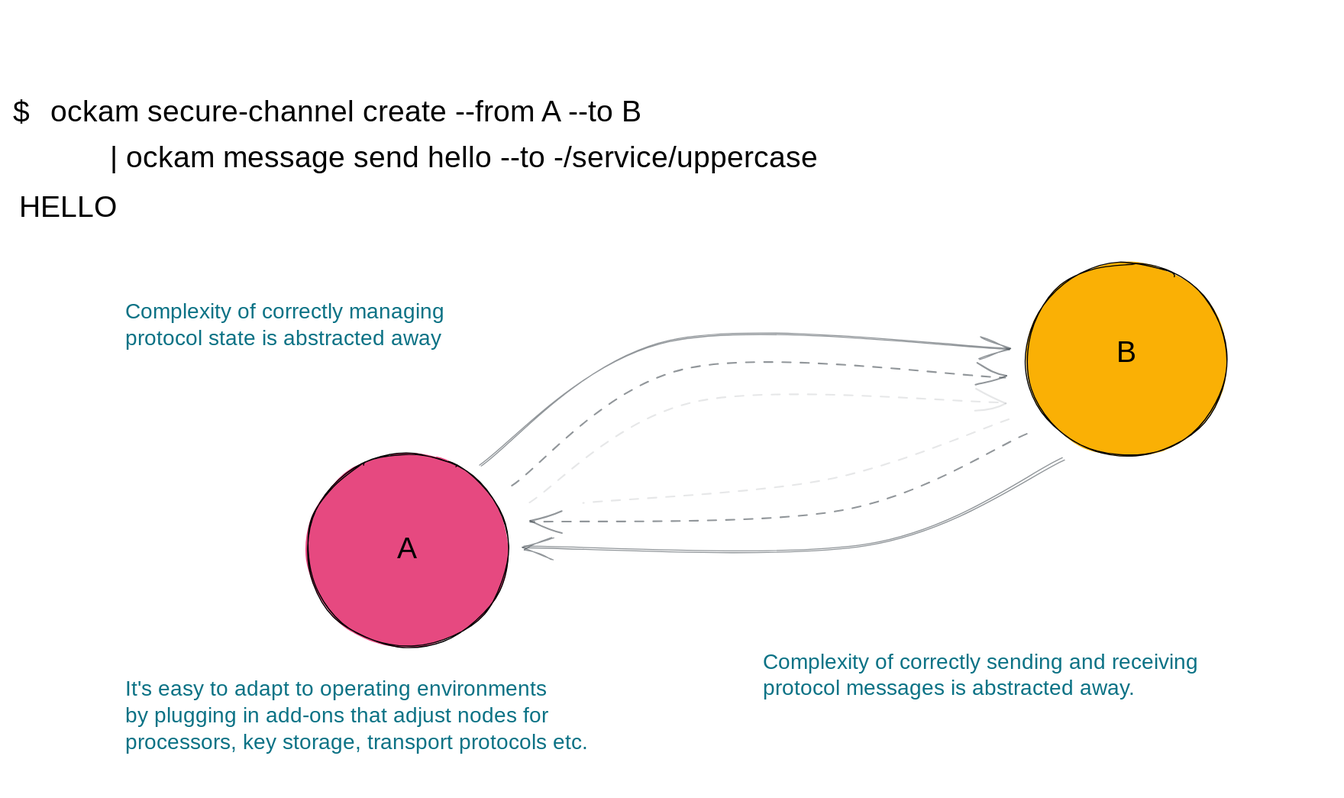
Before: .gitbook/assets/file.excalidraw.svg, a diagram exported from Excalidraw (build-trust/ockam-documentation). Source tidied: one line per element, renumbered; positions are measured from the earlier drawing's top-left corner, leaving out a move shared by most shapes.
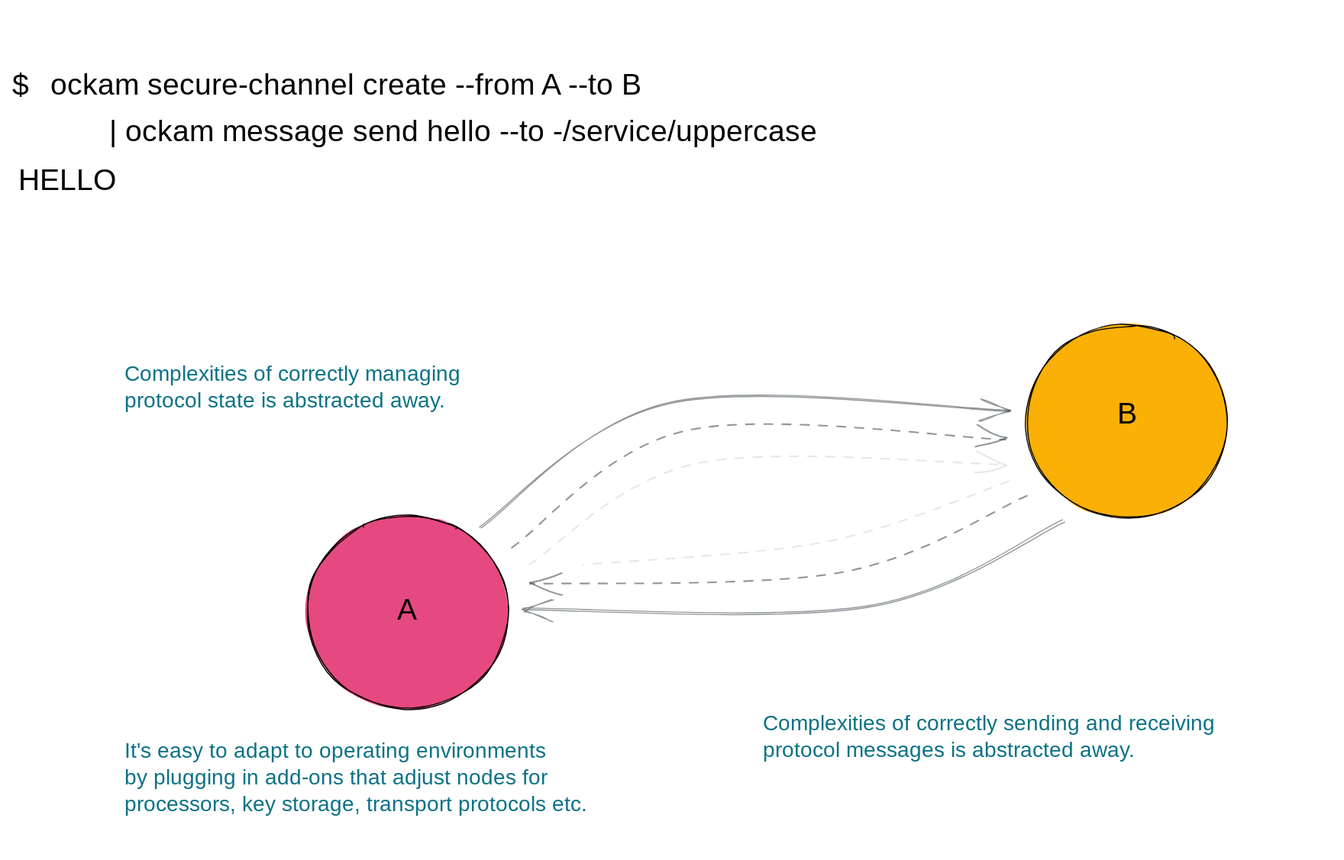
The same file after the commit.

Commit message:
GITBOOK-979: change request with no subject merged in GitBook

What changed in the source:
```diff
@@ -1,18 +1,18 @@
-{"id": 0, "type": "rectangle", "strokeColor": "transparent", "strokeWidth": 1, "roughness": 1, "x": 0, "y": 0, "width": 1237, "height": 727}
+{"id": 0, "type": "rectangle", "strokeColor": "transparent", "strokeWidth": 1, "roughness": 1, "x": 0, "y": -58, "width": 1237, "height": 785}
 {"id": 1, "type": "ellipse", "strokeColor": "#000000", "backgroundColor": "#fab005", "fillStyle": "solid", "strokeWidth": 1, "roughness": 1, "x": 950, "y": 236, "width": 189, "height": 181}
 {"id": 2, "type": "ellipse", "strokeColor": "#000000", "backgroundColor": "#e64980", "fillStyle": "solid", "strokeWidth": 1, "roughness": 1, "x": 277, "y": 414, "width": 189, "height": 181}
-{"id": 3, "type": "text", "text": "$", "strokeColor": "#000000", "strokeWidth": 1, "roughness": 1, "fontSize": 28, "fontFamily": 1, "x": 2, "y": 79, "width": 24, "height": 35}
 {"id": 4, "type": "text", "text": "A", "strokeColor": "#000000", "strokeWidth": 1, "roughness": 1, "fontSize": 28, "fontFamily": 1, "x": 361, "y": 487, "width": 20, "height": 35}
 {"id": 5, "type": "text", "text": "B", "strokeColor": "#000000", "strokeWidth": 1, "roughness": 1, "fontSize": 28, "fontFamily": 1, "x": 1035, "y": 303, "width": 22, "height": 35}
 {"id": 6, "type": "arrow", "strokeColor": "#49505799", "strokeWidth": 1, "roughness": 1, "endArrowhead": "arrow", "round": true, "from": 2, "to": 1, "x": 440, "y": 426, "width": 494, "height": 117, "points": [[0, 0], [176, -117], [494, -109]]}
-{"id": 7, "type": "text", "text": "Complexity of correctly managing\nprotocol state is abstracted away", "strokeColor": "#0b7285", "strokeWidth": 1, "roughness": 1, "fontSize": 20, "fontFamily": 1, "x": 107, "y": 270, "width": 353, "height": 50}
+{"id": 7, "type": "text", "text": "Complexities of correctly managing\nprotocol state is abstracted away.", "strokeColor": "#0b7285", "strokeWidth": 1, "roughness": 1, "fontSize": 20, "fontFamily": 1, "x": 107, "y": 270, "width": 358, "height": 50}
-{"id": 8, "type": "text", "text": "Complexity of correctly sending and receiving\nprotocol messages is abstracted away.", "strokeColor": "#0b7285", "strokeWidth": 1, "roughness": 1, "fontSize": 20, "fontFamily": 1, "x": 703, "y": 598, "width": 435, "height": 50}
+{"id": 8, "type": "text", "text": "Complexities of correctly sending and receiving\nprotocol messages is abstracted away.", "strokeColor": "#0b7285", "strokeWidth": 1, "roughness": 1, "fontSize": 20, "fontFamily": 1, "x": 703, "y": 598, "width": 452, "height": 50}
 {"id": 9, "type": "arrow", "strokeColor": "#49505799", "strokeWidth": 1, "strokeStyle": "dashed", "roughness": 1, "endArrowhead": "arrow", "round": true, "from": 2, "to": 1, "x": 468, "y": 444, "width": 463, "height": 109, "points": [[0, 0], [165, -109], [463, -100]]}
 {"id": 10, "type": "arrow", "strokeColor": "#49505799", "strokeWidth": 1, "roughness": 1, "endArrowhead": "arrow", "round": true, "from": 1, "to": 2, "x": 984, "y": 419, "width": 504, "height": 81, "points": [[0, 0], [-182, 79], [-504, 81]]}
 {"id": 11, "type": "arrow", "strokeColor": "#49505799", "strokeWidth": 1, "strokeStyle": "dashed", "roughness": 1, "endArrowhead": "arrow", "round": true, "from": 1, "to": 2, "x": 951, "y": 395, "width": 466, "height": 83, "points": [[0, 0], [-175, 73], [-466, 83]]}
 {"id": 12, "type": "arrow", "strokeColor": "#49505722", "strokeWidth": 1, "strokeStyle": "dashed", "roughness": 1, "endArrowhead": "arrow", "round": true, "from": 2, "to": 1, "x": 486, "y": 461, "width": 446, "height": 96, "points": [[0, 0], [157, -96], [446, -95]]}
 {"id": 13, "type": "arrow", "strokeColor": "#49505722", "strokeWidth": 1, "strokeStyle": "dashed", "roughness": 1, "round": true, "from": 1, "x": 933, "y": 381, "width": 398, "height": 80, "points": [[0, 0], [-171, 57], [-398, 80]]}
+{"id": 3, "type": "text", "text": "$", "strokeColor": "#000000", "strokeWidth": 1, "roughness": 1, "fontSize": 28, "fontFamily": 1, "x": 2, "y": -4, "width": 24, "height": 35}
-{"id": 14, "type": "text", "text": "ockam secure-channel create --from A --to B", "strokeColor": "#000000", "strokeWidth": 1, "roughness": 1, "fontSize": 28, "fontFamily": 1, "x": 37, "y": 79, "width": 627, "height": 35}
+{"id": 14, "type": "text", "text": "ockam secure-channel create --from A --to B", "strokeColor": "#000000", "strokeWidth": 1, "roughness": 1, "fontSize": 28, "fontFamily": 1, "x": 37, "y": -4, "width": 627, "height": 35}
-{"id": 15, "type": "text", "text": "| ockam message send hello --to -/service/uppercase", "strokeColor": "#000000", "strokeWidth": 1, "roughness": 1, "fontSize": 28, "fontFamily": 1, "x": 92, "y": 122, "width": 721, "height": 35}
+{"id": 15, "type": "text", "text": "| ockam message send hello --to -/service/uppercase", "strokeColor": "#000000", "strokeWidth": 1, "roughness": 1, "fontSize": 28, "fontFamily": 1, "x": 92, "y": 39, "width": 721, "height": 35}
-{"id": 16, "type": "text", "text": "HELLO", "strokeColor": "#000000", "strokeWidth": 1, "roughness": 1, "fontSize": 28, "fontFamily": 1, "x": 7, "y": 168, "width": 90, "height": 35}
+{"id": 16, "type": "text", "text": "HELLO", "strokeColor": "#000000", "strokeWidth": 1, "roughness": 1, "fontSize": 28, "fontFamily": 1, "x": 7, "y": 85, "width": 90, "height": 35}
 {"id": 17, "type": "text", "text": "It's easy to adapt to operating environments\nby plugging in add-ons that adjust nodes for\nprocessors, key storage, transport protocols etc. ", "strokeColor": "#0b7285", "strokeWidth": 1, "roughness": 1, "fontSize": 20, "fontFamily": 1, "x": 107, "y": 623, "width": 502, "height": 75}
```
